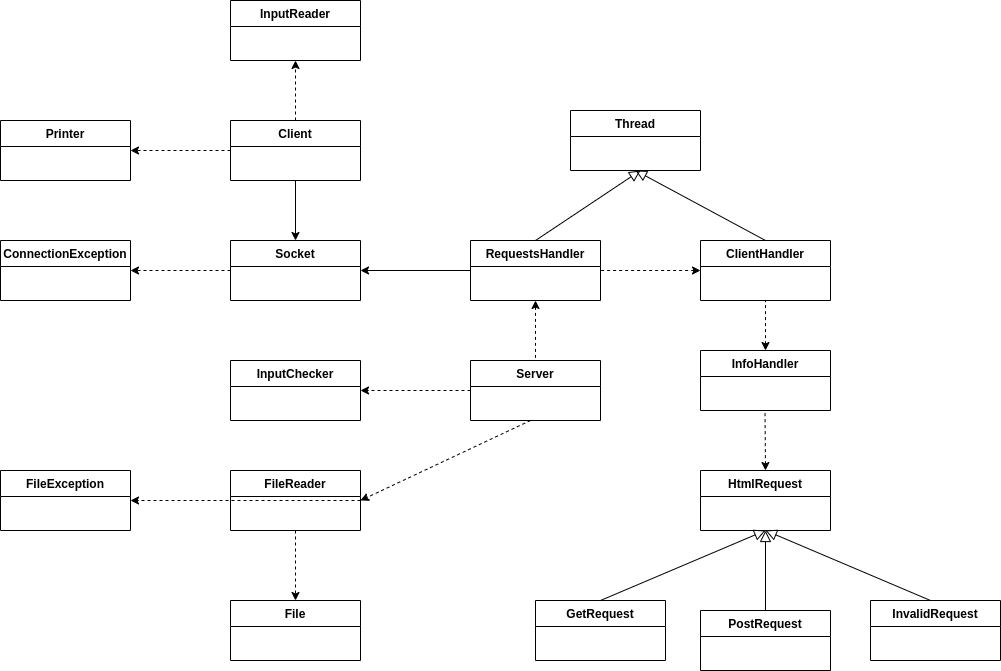
Earlier version of the draw.io export capturas/diagramaDeClases.png (andres-fernandez-fuks/Taller_TP3). Source tidied: cells renumbered, new cells last; positions are measured from the earlier drawing's top-left corner, leaving out a move shared by most shapes. Source of this version:
```xml
<mxGraphModel>
  <root>
    <mxCell id="0" />
    <mxCell id="1" parent="0" />
    <mxCell id="2" value="Client" style="swimlane;fontStyle=1;horizontal=1;startSize=26;fillColor=none;" parent="1" vertex="1">
      <mxGeometry x="230" y="120" width="130" height="60" as="geometry" />
    </mxCell>
    <mxCell id="3" value="Socket" style="swimlane;fontStyle=1;horizontal=1;startSize=26;fillColor=none;" parent="1" vertex="1">
      <mxGeometry x="230" y="240" width="130" height="60" as="geometry" />
    </mxCell>
    <mxCell id="4" value="ClientHandler" style="swimlane;fontStyle=1;horizontal=1;startSize=26;fillColor=none;" parent="1" vertex="1">
      <mxGeometry x="700" y="240" width="130" height="60" as="geometry" />
    </mxCell>
    <mxCell id="5" value="File" style="swimlane;fontStyle=1;horizontal=1;startSize=26;fillColor=none;" parent="1" vertex="1">
      <mxGeometry x="230" y="600" width="130" height="60" as="geometry" />
    </mxCell>
    <mxCell id="6" value="FileReader" style="swimlane;fontStyle=1;horizontal=1;startSize=26;fillColor=none;" parent="1" vertex="1">
      <mxGeometry x="230" y="470" width="130" height="60" as="geometry" />
    </mxCell>
    <mxCell id="7" value="HtmlRequest" style="swimlane;fontStyle=1;horizontal=1;startSize=26;fillColor=none;" parent="1" vertex="1">
      <mxGeometry x="700" y="470" width="130" height="60" as="geometry" />
    </mxCell>
    <mxCell id="8" value="GetRequest" style="swimlane;fontStyle=1;horizontal=1;startSize=26;fillColor=none;" parent="1" vertex="1">
      <mxGeometry x="535" y="600" width="130" height="60" as="geometry" />
    </mxCell>
    <mxCell id="9" value="PostRequest" style="swimlane;fontStyle=1;horizontal=1;startSize=26;fillColor=none;" parent="1" vertex="1">
      <mxGeometry x="700" y="610" width="130" height="60" as="geometry" />
    </mxCell>
    <mxCell id="10" value="InvalidRequest" style="swimlane;fontStyle=1;horizontal=1;startSize=26;fillColor=none;" parent="1" vertex="1">
      <mxGeometry x="870" y="600" width="130" height="60" as="geometry" />
    </mxCell>
    <mxCell id="11" value="InfoHandler" style="swimlane;fontStyle=1;horizontal=1;startSize=26;fillColor=none;" parent="1" vertex="1">
      <mxGeometry x="700" y="350" width="130" height="60" as="geometry" />
    </mxCell>
    <mxCell id="12" value="InputChecker" style="swimlane;fontStyle=1;horizontal=1;startSize=26;fillColor=none;" parent="1" vertex="1">
      <mxGeometry x="230" y="360" width="130" height="60" as="geometry" />
    </mxCell>
    <mxCell id="13" value="Server" style="swimlane;fontStyle=1;horizontal=1;startSize=26;fillColor=none;" parent="1" vertex="1">
      <mxGeometry x="470" y="360" width="130" height="60" as="geometry" />
    </mxCell>
    <mxCell id="14" style="endArrow=classic;html=1;strokeWidth=1;dashed=1;" parent="13" edge="1">
      <mxGeometry relative="1" as="geometry">
        <mxPoint x="60" y="60" as="sourcePoint" />
        <mxPoint x="-110" y="140" as="targetPoint" />
      </mxGeometry>
    </mxCell>
    <mxCell id="15" value="Thread" style="swimlane;fontStyle=1;horizontal=1;startSize=26;fillColor=none;" parent="1" vertex="1">
      <mxGeometry x="570" y="110" width="130" height="60" as="geometry" />
    </mxCell>
    <mxCell id="16" value="RequestsHandler" style="swimlane;fontStyle=1;horizontal=1;startSize=26;fillColor=none;" parent="1" vertex="1">
      <mxGeometry x="470" y="240" width="130" height="60" as="geometry" />
    </mxCell>
    <mxCell id="17" style="endArrow=block;html=1;entryX=0.5;entryY=1;entryDx=0;entryDy=0;exitX=0.5;exitY=0;exitDx=0;exitDy=0;endFill=0;targetPerimeterSpacing=0;endSize=9;" parent="1" edge="1" source="4" target="15">
      <mxGeometry relative="1" as="geometry" />
    </mxCell>
    <mxCell id="18" style="endArrow=block;html=1;exitX=0.5;exitY=0;exitDx=0;exitDy=0;endFill=0;targetPerimeterSpacing=0;endSize=9;" parent="1" edge="1" source="16">
      <mxGeometry relative="1" as="geometry">
        <mxPoint x="640" y="170" as="targetPoint" />
      </mxGeometry>
    </mxCell>
    <mxCell id="19" style="endArrow=block;html=1;entryX=0.5;entryY=1;entryDx=0;entryDy=0;exitX=0.5;exitY=0;exitDx=0;exitDy=0;endFill=0;targetPerimeterSpacing=0;endSize=9;" parent="1" edge="1" target="7">
      <mxGeometry relative="1" as="geometry">
        <mxPoint x="600" y="600" as="sourcePoint" />
      </mxGeometry>
    </mxCell>
    <mxCell id="20" style="endArrow=block;html=1;entryX=0.5;entryY=1;entryDx=0;entryDy=0;exitX=0.5;exitY=0;exitDx=0;exitDy=0;endFill=0;targetPerimeterSpacing=0;endSize=9;" parent="1" edge="1" target="7">
      <mxGeometry relative="1" as="geometry">
        <mxPoint x="930" y="600" as="sourcePoint" />
      </mxGeometry>
    </mxCell>
    <mxCell id="21" style="endArrow=block;html=1;entryX=0.5;entryY=1;entryDx=0;entryDy=0;endFill=0;targetPerimeterSpacing=0;endSize=9;exitX=0.5;exitY=0;exitDx=0;exitDy=0;" parent="1" edge="1" source="9" target="7">
      <mxGeometry relative="1" as="geometry" />
    </mxCell>
    <mxCell id="22" value="ConnectionException" style="swimlane;fontStyle=1;horizontal=1;startSize=26;fillColor=none;" parent="1" vertex="1">
      <mxGeometry y="240" width="130" height="60" as="geometry" />
    </mxCell>
    <mxCell id="23" value="FileException" style="swimlane;fontStyle=1;horizontal=1;startSize=26;fillColor=none;" parent="1" vertex="1">
      <mxGeometry y="470" width="130" height="60" as="geometry" />
    </mxCell>
    <mxCell id="24" style="endArrow=none;dashed=1;html=1;strokeWidth=1;startArrow=classic;startFill=1;entryX=1;entryY=0.5;entryDx=0;entryDy=0;" parent="1" edge="1" target="16">
      <mxGeometry relative="1" as="geometry">
        <mxPoint x="700" y="270" as="sourcePoint" />
      </mxGeometry>
    </mxCell>
    <mxCell id="25" style="endArrow=classic;html=1;strokeWidth=1;entryX=0.5;entryY=0;entryDx=0;entryDy=0;exitX=0.5;exitY=1;exitDx=0;exitDy=0;" parent="1" edge="1" source="2" target="3">
      <mxGeometry relative="1" as="geometry" />
    </mxCell>
    <mxCell id="26" style="endArrow=classic;html=1;strokeWidth=1;entryX=1;entryY=0.5;entryDx=0;entryDy=0;exitX=0;exitY=0.5;exitDx=0;exitDy=0;" parent="1" edge="1" source="16" target="3">
      <mxGeometry relative="1" as="geometry" />
    </mxCell>
    <mxCell id="27" style="endArrow=classic;dashed=1;html=1;strokeWidth=1;entryX=0.5;entryY=0;entryDx=0;entryDy=0;endFill=1;exitX=0.5;exitY=1;exitDx=0;exitDy=0;" parent="1" edge="1" source="6" target="5">
      <mxGeometry relative="1" as="geometry" />
    </mxCell>
    <mxCell id="28" style="endArrow=classic;dashed=1;html=1;strokeWidth=1;endFill=1;entryX=1;entryY=0.5;entryDx=0;entryDy=0;exitX=1;exitY=0.5;exitDx=0;exitDy=0;" parent="1" edge="1" source="6" target="23">
      <mxGeometry relative="1" as="geometry" />
    </mxCell>
    <mxCell id="29" style="endArrow=classic;dashed=1;html=1;strokeWidth=1;endFill=1;entryX=1;entryY=0.5;entryDx=0;entryDy=0;exitX=0;exitY=0.5;exitDx=0;exitDy=0;" parent="1" edge="1" source="3" target="22">
      <mxGeometry relative="1" as="geometry" />
    </mxCell>
    <mxCell id="30" style="endArrow=none;dashed=1;html=1;strokeWidth=1;startArrow=classic;startFill=1;entryX=0.5;entryY=1;entryDx=0;entryDy=0;exitX=0.5;exitY=0;exitDx=0;exitDy=0;" parent="1" edge="1" source="11" target="4">
      <mxGeometry relative="1" as="geometry" />
    </mxCell>
    <mxCell id="31" style="endArrow=none;dashed=1;html=1;strokeWidth=1;startArrow=classic;startFill=1;entryX=0.5;entryY=1;entryDx=0;entryDy=0;exitX=0.5;exitY=0;exitDx=0;exitDy=0;" parent="1" edge="1" source="7">
      <mxGeometry relative="1" as="geometry">
        <mxPoint x="764.5" y="410" as="targetPoint" />
      </mxGeometry>
    </mxCell>
    <mxCell id="32" style="endArrow=classic;html=1;strokeWidth=1;dashed=1;" parent="1" edge="1">
      <mxGeometry relative="1" as="geometry">
        <mxPoint x="470" y="390" as="sourcePoint" />
        <mxPoint x="360" y="390" as="targetPoint" />
      </mxGeometry>
    </mxCell>
    <mxCell id="33" style="endArrow=none;dashed=1;html=1;strokeWidth=1;startArrow=classic;startFill=1;entryX=0.5;entryY=0;entryDx=0;entryDy=0;exitX=0.5;exitY=1;exitDx=0;exitDy=0;" parent="1" edge="1" source="16" target="13">
      <mxGeometry relative="1" as="geometry" />
    </mxCell>
    <mxCell id="34" value="InputReader" style="swimlane;fontStyle=1;horizontal=1;startSize=26;fillColor=none;" parent="1" vertex="1">
      <mxGeometry x="230" width="130" height="60" as="geometry" />
    </mxCell>
    <mxCell id="35" value="Printer" style="swimlane;fontStyle=1;horizontal=1;startSize=26;fillColor=none;" parent="1" vertex="1">
      <mxGeometry y="120" width="130" height="60" as="geometry" />
    </mxCell>
    <mxCell id="36" style="endArrow=classic;dashed=1;html=1;strokeWidth=1;endFill=1;entryX=1;entryY=0.5;entryDx=0;entryDy=0;exitX=0;exitY=0.5;exitDx=0;exitDy=0;" parent="1" edge="1" source="2" target="35">
      <mxGeometry relative="1" as="geometry" />
    </mxCell>
    <mxCell id="37" style="endArrow=classic;dashed=1;html=1;strokeWidth=1;endFill=1;entryX=0.5;entryY=1;entryDx=0;entryDy=0;exitX=0.5;exitY=0;exitDx=0;exitDy=0;" parent="1" edge="1" source="2" target="34">
      <mxGeometry relative="1" as="geometry" />
    </mxCell>
  </root>
</mxGraphModel>
```
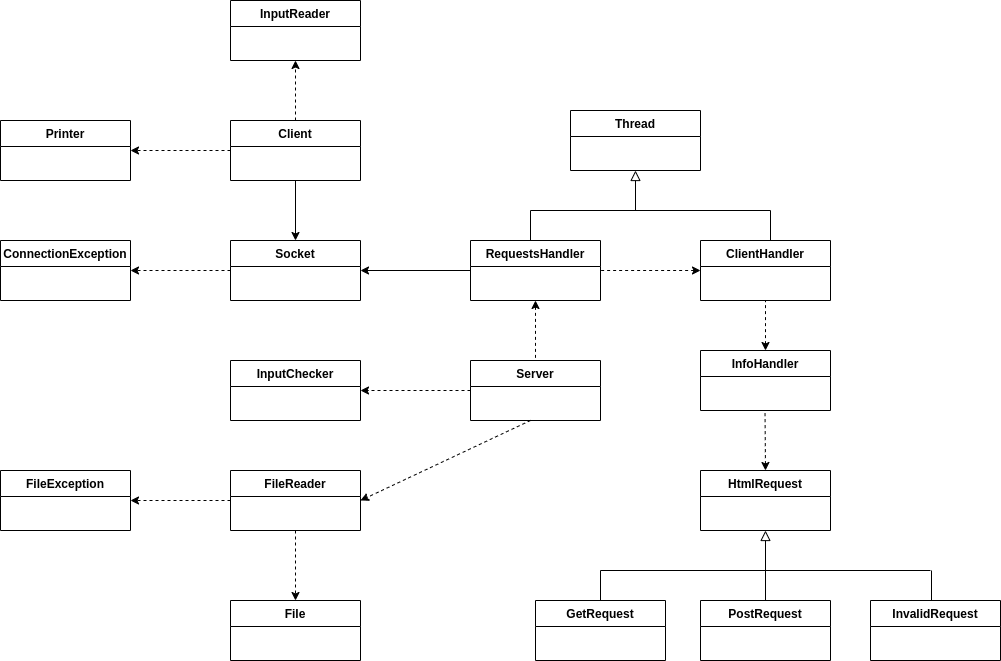
Later version of the same file.

Commit message:
corrijo informe

What changed in the source:
```diff
@@ -24,7 +24,7 @@
       <mxGeometry x="535" y="600" width="130" height="60" as="geometry" />
     </mxCell>
     <mxCell id="9" value="PostRequest" style="swimlane;fontStyle=1;horizontal=1;startSize=26;fillColor=none;" parent="1" vertex="1">
-      <mxGeometry x="700" y="610" width="130" height="60" as="geometry" />
+      <mxGeometry x="700" y="600" width="130" height="60" as="geometry" />
     </mxCell>
     <mxCell id="10" value="InvalidRequest" style="swimlane;fontStyle=1;horizontal=1;startSize=26;fillColor=none;" parent="1" vertex="1">
       <mxGeometry x="870" y="600" width="130" height="60" as="geometry" />
@@ -50,81 +50,106 @@
     <mxCell id="16" value="RequestsHandler" style="swimlane;fontStyle=1;horizontal=1;startSize=26;fillColor=none;" parent="1" vertex="1">
       <mxGeometry x="470" y="240" width="130" height="60" as="geometry" />
     </mxCell>
-    <mxCell id="17" style="endArrow=block;html=1;entryX=0.5;entryY=1;entryDx=0;entryDy=0;exitX=0.5;exitY=0;exitDx=0;exitDy=0;endFill=0;targetPerimeterSpacing=0;endSize=9;" parent="1" edge="1" source="4" target="15">
-      <mxGeometry relative="1" as="geometry" />
+    <mxCell id="17" value="ConnectionException" style="swimlane;fontStyle=1;horizontal=1;startSize=26;fillColor=none;" parent="1" vertex="1">
+      <mxGeometry y="240" width="130" height="60" as="geometry" />
     </mxCell>
-    <mxCell id="18" style="endArrow=block;html=1;exitX=0.5;exitY=0;exitDx=0;exitDy=0;endFill=0;targetPerimeterSpacing=0;endSize=9;" parent="1" edge="1" source="16">
-      <mxGeometry relative="1" as="geometry">
-        <mxPoint x="640" y="170" as="targetPoint" />
-      </mxGeometry>
+    <mxCell id="18" value="FileException" style="swimlane;fontStyle=1;horizontal=1;startSize=26;fillColor=none;" parent="1" vertex="1">
+      <mxGeometry y="470" width="130" height="60" as="geometry" />
     </mxCell>
-    <mxCell id="19" style="endArrow=block;html=1;entryX=0.5;entryY=1;entryDx=0;entryDy=0;exitX=0.5;exitY=0;exitDx=0;exitDy=0;endFill=0;targetPerimeterSpacing=0;endSize=9;" parent="1" edge="1" target="7">
+    <mxCell id="19" style="endArrow=none;dashed=1;html=1;strokeWidth=1;startArrow=classic;startFill=1;entryX=1;entryY=0.5;entryDx=0;entryDy=0;" parent="1" edge="1" target="16">
       <mxGeometry relative="1" as="geometry">
-        <mxPoint x="600" y="600" as="sourcePoint" />
+        <mxPoint x="700" y="270" as="sourcePoint" />
       </mxGeometry>
     </mxCell>
-    <mxCell id="20" style="endArrow=block;html=1;entryX=0.5;entryY=1;entryDx=0;entryDy=0;exitX=0.5;exitY=0;exitDx=0;exitDy=0;endFill=0;targetPerimeterSpacing=0;endSize=9;" parent="1" edge="1" target="7">
-      <mxGeometry relative="1" as="geometry">
-        <mxPoint x="930" y="600" as="sourcePoint" />
-      </mxGeometry>
+    <mxCell id="20" style="endArrow=classic;html=1;strokeWidth=1;entryX=0.5;entryY=0;entryDx=0;entryDy=0;exitX=0.5;exitY=1;exitDx=0;exitDy=0;" parent="1" edge="1" source="2" target="3">
+      <mxGeometry relative="1" as="geometry" />
     </mxCell>
-    <mxCell id="21" style="endArrow=block;html=1;entryX=0.5;entryY=1;entryDx=0;entryDy=0;endFill=0;targetPerimeterSpacing=0;endSize=9;exitX=0.5;exitY=0;exitDx=0;exitDy=0;" parent="1" edge="1" source="9" target="7">
+    <mxCell id="21" style="endArrow=classic;html=1;strokeWidth=1;entryX=1;entryY=0.5;entryDx=0;entryDy=0;exitX=0;exitY=0.5;exitDx=0;exitDy=0;" parent="1" edge="1" source="16" target="3">
       <mxGeometry relative="1" as="geometry" />
     </mxCell>
-    <mxCell id="22" value="ConnectionException" style="swimlane;fontStyle=1;horizontal=1;startSize=26;fillColor=none;" parent="1" vertex="1">
-      <mxGeometry y="240" width="130" height="60" as="geometry" />
+    <mxCell id="22" style="endArrow=classic;dashed=1;html=1;strokeWidth=1;entryX=0.5;entryY=0;entryDx=0;entryDy=0;endFill=1;exitX=0.5;exitY=1;exitDx=0;exitDy=0;" parent="1" edge="1" source="6" target="5">
+      <mxGeometry relative="1" as="geometry" />
     </mxCell>
-    <mxCell id="23" value="FileException" style="swimlane;fontStyle=1;horizontal=1;startSize=26;fillColor=none;" parent="1" vertex="1">
-      <mxGeometry y="470" width="130" height="60" as="geometry" />
+    <mxCell id="23" style="endArrow=classic;dashed=1;html=1;strokeWidth=1;endFill=1;entryX=1;entryY=0.5;entryDx=0;entryDy=0;" parent="1" edge="1" target="18">
+      <mxGeometry relative="1" as="geometry">
+        <mxPoint x="230" y="500" as="sourcePoint" />
+      </mxGeometry>
     </mxCell>
-    <mxCell id="24" style="endArrow=none;dashed=1;html=1;strokeWidth=1;startArrow=classic;startFill=1;entryX=1;entryY=0.5;entryDx=0;entryDy=0;" parent="1" edge="1" target="16">
-      <mxGeometry relative="1" as="geometry">
-        <mxPoint x="700" y="270" as="sourcePoint" />
-      </mxGeometry>
+    <mxCell id="24" style="endArrow=classic;dashed=1;html=1;strokeWidth=1;endFill=1;entryX=1;entryY=0.5;entryDx=0;entryDy=0;exitX=0;exitY=0.5;exitDx=0;exitDy=0;" parent="1" edge="1" source="3" target="17">
+      <mxGeometry relative="1" as="geometry" />
     </mxCell>
-    <mxCell id="25" style="endArrow=classic;html=1;strokeWidth=1;entryX=0.5;entryY=0;entryDx=0;entryDy=0;exitX=0.5;exitY=1;exitDx=0;exitDy=0;" parent="1" edge="1" source="2" target="3">
+    <mxCell id="25" style="endArrow=none;dashed=1;html=1;strokeWidth=1;startArrow=classic;startFill=1;entryX=0.5;entryY=1;entryDx=0;entryDy=0;exitX=0.5;exitY=0;exitDx=0;exitDy=0;" parent="1" edge="1" source="11" target="4">
       <mxGeometry relative="1" as="geometry" />
     </mxCell>
-    <mxCell id="26" style="endArrow=classic;html=1;strokeWidth=1;entryX=1;entryY=0.5;entryDx=0;entryDy=0;exitX=0;exitY=0.5;exitDx=0;exitDy=0;" parent="1" edge="1" source="16" target="3">
-      <mxGeometry relative="1" as="geometry" />
+    <mxCell id="26" style="endArrow=none;dashed=1;html=1;strokeWidth=1;startArrow=classic;startFill=1;entryX=0.5;entryY=1;entryDx=0;entryDy=0;exitX=0.5;exitY=0;exitDx=0;exitDy=0;" parent="1" edge="1" source="7">
+      <mxGeometry relative="1" as="geometry">
+        <mxPoint x="764.5" y="410" as="targetPoint" />
+      </mxGeometry>
     </mxCell>
-    <mxCell id="27" style="endArrow=classic;dashed=1;html=1;strokeWidth=1;entryX=0.5;entryY=0;entryDx=0;entryDy=0;endFill=1;exitX=0.5;exitY=1;exitDx=0;exitDy=0;" parent="1" edge="1" source="6" target="5">
-      <mxGeometry relative="1" as="geometry" />
+    <mxCell id="27" style="endArrow=classic;html=1;strokeWidth=1;dashed=1;" parent="1" edge="1">
+      <mxGeometry relative="1" as="geometry">
+        <mxPoint x="470" y="390" as="sourcePoint" />
+        <mxPoint x="360" y="390" as="targetPoint" />
+      </mxGeometry>
     </mxCell>
-    <mxCell id="28" style="endArrow=classic;dashed=1;html=1;strokeWidth=1;endFill=1;entryX=1;entryY=0.5;entryDx=0;entryDy=0;exitX=1;exitY=0.5;exitDx=0;exitDy=0;" parent="1" edge="1" source="6" target="23">
+    <mxCell id="28" style="endArrow=none;dashed=1;html=1;strokeWidth=1;startArrow=classic;startFill=1;entryX=0.5;entryY=0;entryDx=0;entryDy=0;exitX=0.5;exitY=1;exitDx=0;exitDy=0;" parent="1" edge="1" source="16" target="13">
       <mxGeometry relative="1" as="geometry" />
     </mxCell>
-    <mxCell id="29" style="endArrow=classic;dashed=1;html=1;strokeWidth=1;endFill=1;entryX=1;entryY=0.5;entryDx=0;entryDy=0;exitX=0;exitY=0.5;exitDx=0;exitDy=0;" parent="1" edge="1" source="3" target="22">
-      <mxGeometry relative="1" as="geometry" />
+    <mxCell id="29" value="InputReader" style="swimlane;fontStyle=1;horizontal=1;startSize=26;fillColor=none;" parent="1" vertex="1">
+      <mxGeometry x="230" width="130" height="60" as="geometry" />
     </mxCell>
-    <mxCell id="30" style="endArrow=none;dashed=1;html=1;strokeWidth=1;startArrow=classic;startFill=1;entryX=0.5;entryY=1;entryDx=0;entryDy=0;exitX=0.5;exitY=0;exitDx=0;exitDy=0;" parent="1" edge="1" source="11" target="4">
-      <mxGeometry relative="1" as="geometry" />
+    <mxCell id="30" value="Printer" style="swimlane;fontStyle=1;horizontal=1;startSize=26;fillColor=none;" parent="1" vertex="1">
+      <mxGeometry y="120" width="130" height="60" as="geometry" />
     </mxCell>
-    <mxCell id="31" style="endArrow=none;dashed=1;html=1;strokeWidth=1;startArrow=classic;startFill=1;entryX=0.5;entryY=1;entryDx=0;entryDy=0;exitX=0.5;exitY=0;exitDx=0;exitDy=0;" parent="1" edge="1" source="7">
-      <mxGeometry relative="1" as="geometry">
-        <mxPoint x="764.5" y="410" as="targetPoint" />
-      </mxGeometry>
+    <mxCell id="31" style="endArrow=classic;dashed=1;html=1;strokeWidth=1;endFill=1;entryX=1;entryY=0.5;entryDx=0;entryDy=0;exitX=0;exitY=0.5;exitDx=0;exitDy=0;" parent="1" edge="1" source="2" target="30">
+      <mxGeometry relative="1" as="geometry" />
     </mxCell>
-    <mxCell id="32" style="endArrow=classic;html=1;strokeWidth=1;dashed=1;" parent="1" edge="1">
-      <mxGeometry relative="1" as="geometry">
-        <mxPoint x="470" y="390" as="sourcePoint" />
-        <mxPoint x="360" y="390" as="targetPoint" />
-      </mxGeometry>
+    <mxCell id="32" style="endArrow=classic;dashed=1;html=1;strokeWidth=1;endFill=1;entryX=0.5;entryY=1;entryDx=0;entryDy=0;exitX=0.5;exitY=0;exitDx=0;exitDy=0;" parent="1" edge="1" source="2" target="29">
+      <mxGeometry relative="1" as="geometry" />
     </mxCell>
-    <mxCell id="33" style="endArrow=none;dashed=1;html=1;strokeWidth=1;startArrow=classic;startFill=1;entryX=0.5;entryY=0;entryDx=0;entryDy=0;exitX=0.5;exitY=1;exitDx=0;exitDy=0;" parent="1" edge="1" source="16" target="13">
-      <mxGeometry relative="1" as="geometry" />
+    <mxCell id="33" style="endArrow=none;html=1;exitX=0.5;exitY=0;exitDx=0;exitDy=0;" parent="1" edge="1" source="8">
+      <mxGeometry relative="1" as="geometry">
+        <mxPoint x="600" y="570" as="targetPoint" />
+      </mxGeometry>
     </mxCell>
-    <mxCell id="34" value="InputReader" style="swimlane;fontStyle=1;horizontal=1;startSize=26;fillColor=none;" parent="1" vertex="1">
-      <mxGeometry x="230" width="130" height="60" as="geometry" />
+    <mxCell id="34" style="endArrow=none;html=1;exitX=0.5;exitY=0;exitDx=0;exitDy=0;" parent="1" edge="1">
+      <mxGeometry relative="1" as="geometry">
+        <mxPoint x="931" y="600" as="sourcePoint" />
+        <mxPoint x="931" y="570" as="targetPoint" />
+      </mxGeometry>
     </mxCell>
-    <mxCell id="35" value="Printer" style="swimlane;fontStyle=1;horizontal=1;startSize=26;fillColor=none;" parent="1" vertex="1">
-      <mxGeometry y="120" width="130" height="60" as="geometry" />
+    <mxCell id="35" style="endArrow=none;html=1;" parent="1" edge="1">
+      <mxGeometry relative="1" as="geometry">
+        <mxPoint x="600" y="570" as="sourcePoint" />
+        <mxPoint x="930" y="570" as="targetPoint" />
+      </mxGeometry>
     </mxCell>
-    <mxCell id="36" style="endArrow=classic;dashed=1;html=1;strokeWidth=1;endFill=1;entryX=1;entryY=0.5;entryDx=0;entryDy=0;exitX=0;exitY=0.5;exitDx=0;exitDy=0;" parent="1" edge="1" source="2" target="35">
+    <mxCell id="36" style="endArrow=block;html=1;entryX=0.5;entryY=1;entryDx=0;entryDy=0;exitX=0.5;exitY=0;exitDx=0;exitDy=0;endFill=0;endSize=8;" parent="1" edge="1" source="9" target="7">
       <mxGeometry relative="1" as="geometry" />
     </mxCell>
-    <mxCell id="37" style="endArrow=classic;dashed=1;html=1;strokeWidth=1;endFill=1;entryX=0.5;entryY=1;entryDx=0;entryDy=0;exitX=0.5;exitY=0;exitDx=0;exitDy=0;" parent="1" edge="1" source="2" target="34">
-      <mxGeometry relative="1" as="geometry" />
+    <mxCell id="37" style="endArrow=none;html=1;exitX=0.5;exitY=0;exitDx=0;exitDy=0;" parent="1" edge="1">
+      <mxGeometry relative="1" as="geometry">
+        <mxPoint x="530" y="240" as="sourcePoint" />
+        <mxPoint x="530" y="210" as="targetPoint" />
+      </mxGeometry>
     </mxCell>
+    <mxCell id="38" style="endArrow=none;html=1;exitX=0.5;exitY=0;exitDx=0;exitDy=0;" parent="1" edge="1">
+      <mxGeometry relative="1" as="geometry">
+        <mxPoint x="770" y="240" as="sourcePoint" />
+        <mxPoint x="770" y="210" as="targetPoint" />
+      </mxGeometry>
+    </mxCell>
+    <mxCell id="39" style="endArrow=none;html=1;" parent="1" edge="1">
+      <mxGeometry relative="1" as="geometry">
+        <mxPoint x="530" y="210" as="sourcePoint" />
+        <mxPoint x="770" y="210" as="targetPoint" />
+      </mxGeometry>
+    </mxCell>
+    <mxCell id="40" style="endArrow=block;html=1;entryX=0.5;entryY=1;entryDx=0;entryDy=0;endFill=0;endSize=8;" parent="1" edge="1">
+      <mxGeometry relative="1" as="geometry">
+        <mxPoint x="635" y="210" as="sourcePoint" />
+        <mxPoint x="635" y="170" as="targetPoint" />
+      </mxGeometry>
+    </mxCell>
   </root>
 </mxGraphModel>
```
